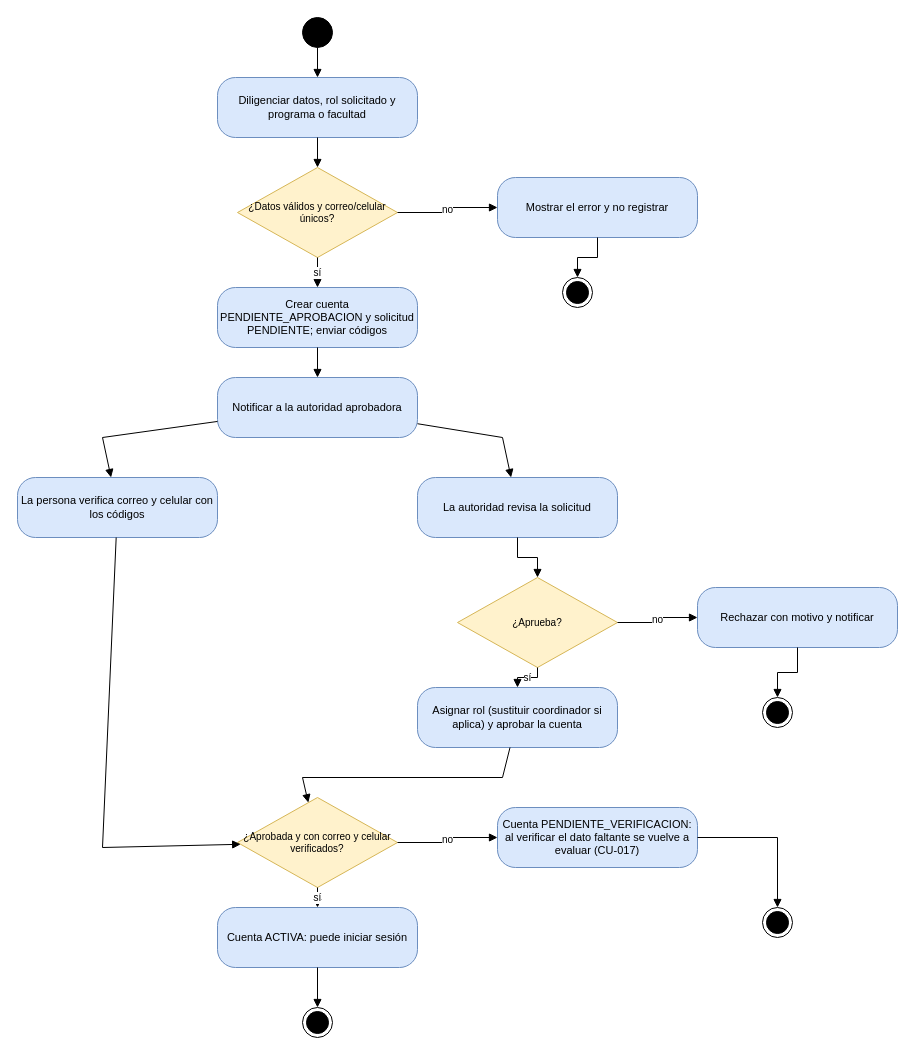
Above: page "Registro y activación de una cuenta" (1 of 3) of documentacion/fuentes/diagramas-actividad.drawio in JaiderSoto07/kudos-backend (draw.io), before the change. Source tidied: cells renumbered, new cells numbered last; positions are measured from the earlier drawing's top-left corner, leaving out a move shared by most shapes. Both pictures are drawn from the tidied source at 100%, with x=0, y=0 at pixel (17, 17).
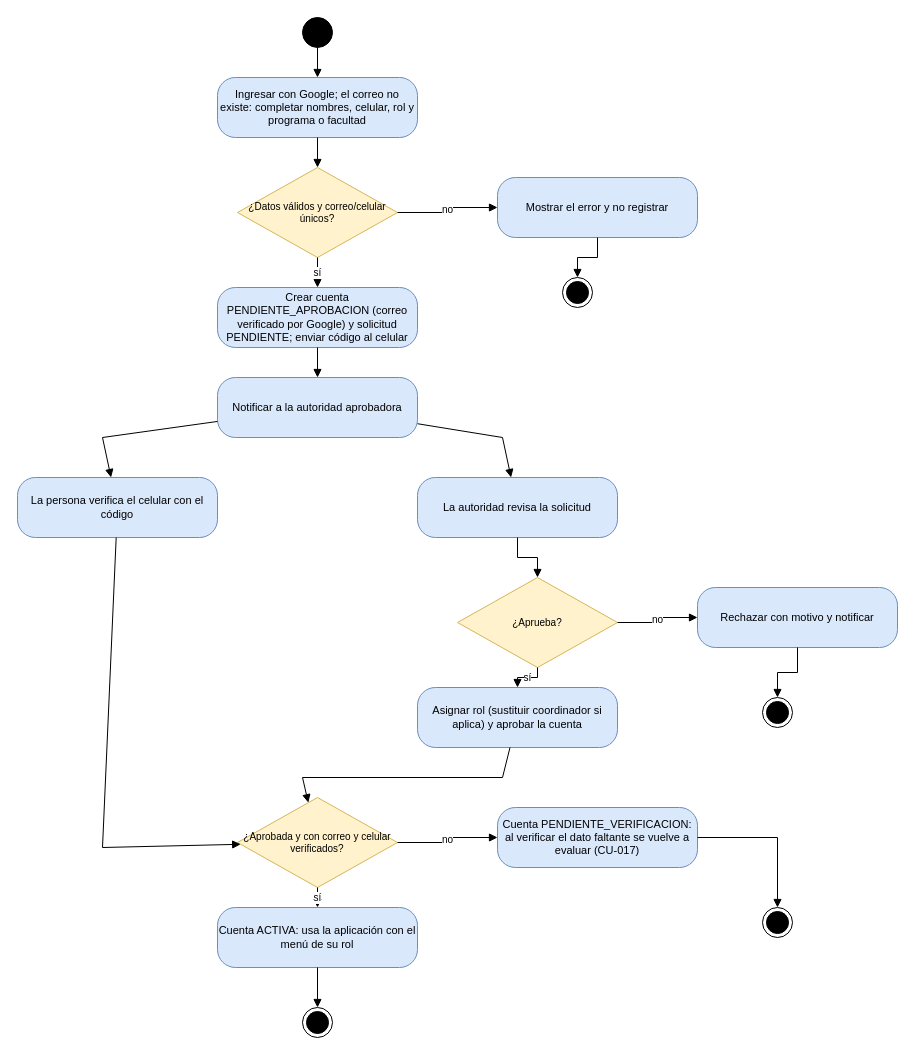
The same diagram, later.

What changed in the source:
```diff
@@
-    <mxCell id="3" value="Diligenciar datos, rol solicitado y programa o facultad" style="rounded=1;whiteSpace=wrap;html=1;arcSize=30;fillColor=#dae8fc;strokeColor=#6c8ebf;fontSize=11;" parent="1" vertex="1">
+    <mxCell id="3" value="Ingresar con Google; el correo no existe: completar nombres, celular, rol y programa o facultad" style="rounded=1;whiteSpace=wrap;html=1;arcSize=30;fillColor=#dae8fc;strokeColor=#6c8ebf;fontSize=11;" parent="1" vertex="1">
       <mxGeometry x="200" y="60" width="200" height="60" as="geometry" />
     </mxCell>
@@
-    <mxCell id="6" value="Crear cuenta PENDIENTE_APROBACION y solicitud PENDIENTE; enviar códigos" style="rounded=1;whiteSpace=wrap;html=1;arcSize=30;fillColor=#dae8fc;strokeColor=#6c8ebf;fontSize=11;" parent="1" vertex="1">
+    <mxCell id="6" value="Crear cuenta PENDIENTE_APROBACION (correo verificado por Google) y solicitud PENDIENTE; enviar código al celular" style="rounded=1;whiteSpace=wrap;html=1;arcSize=30;fillColor=#dae8fc;strokeColor=#6c8ebf;fontSize=11;" parent="1" vertex="1">
       <mxGeometry x="200" y="270" width="200" height="60" as="geometry" />
     </mxCell>
@@
-    <mxCell id="8" value="La persona verifica correo y celular con los códigos" style="rounded=1;whiteSpace=wrap;html=1;arcSize=30;fillColor=#dae8fc;strokeColor=#6c8ebf;fontSize=11;" parent="1" vertex="1">
+    <mxCell id="8" value="La persona verifica el celular con el código" style="rounded=1;whiteSpace=wrap;html=1;arcSize=30;fillColor=#dae8fc;strokeColor=#6c8ebf;fontSize=11;" parent="1" vertex="1">
       <mxGeometry y="460" width="200" height="60" as="geometry" />
     </mxCell>
@@
-    <mxCell id="14" value="Cuenta ACTIVA: puede iniciar sesión" style="rounded=1;whiteSpace=wrap;html=1;arcSize=30;fillColor=#dae8fc;strokeColor=#6c8ebf;fontSize=11;" parent="1" vertex="1">
+    <mxCell id="14" value="Cuenta ACTIVA: usa la aplicación con el menú de su rol" style="rounded=1;whiteSpace=wrap;html=1;arcSize=30;fillColor=#dae8fc;strokeColor=#6c8ebf;fontSize=11;" parent="1" vertex="1">
       <mxGeometry x="200" y="890" width="200" height="60" as="geometry" />
     </mxCell>
```
